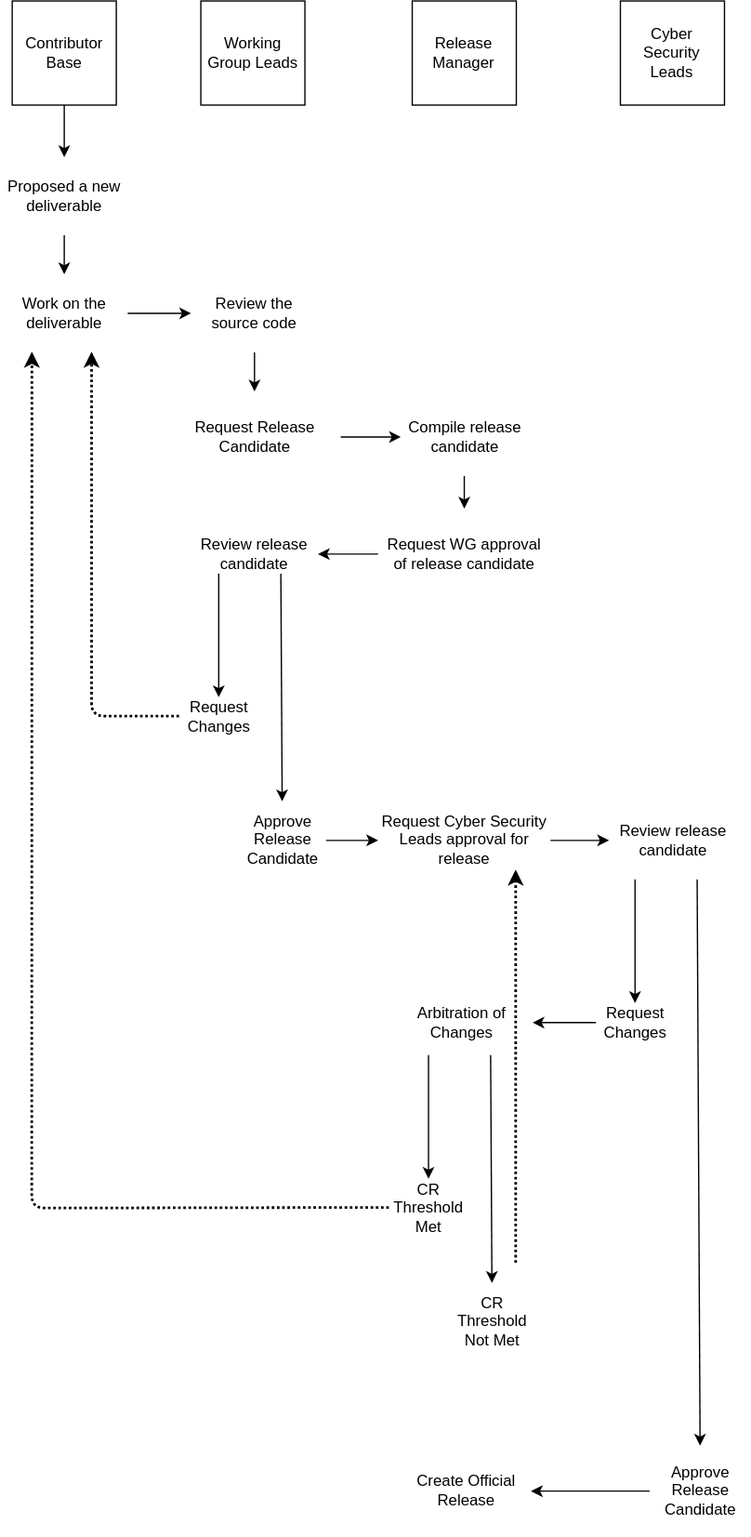
Before: docs/community-guidelines/releases/imgs/release-process.drawio.svg, a diagram exported from draw.io (finos/common-cloud-controls). Source tidied: cells renumbered, new cells last; positions are measured from the earlier drawing's top-left corner, leaving out a move shared by most shapes. Source of this version:
```xml
<mxGraphModel>
  <root>
    <mxCell id="0" />
    <mxCell id="1" parent="0" />
    <mxCell id="2" style="edgeStyle=none;html=1;" parent="1" edge="1" source="3" target="5">
      <mxGeometry relative="1" as="geometry" />
    </mxCell>
    <mxCell id="3" value="Contributor Base" style="whiteSpace=wrap;html=1;" parent="1" vertex="1">
      <mxGeometry x="8.8" width="80" height="80" as="geometry" />
    </mxCell>
    <mxCell id="4" style="edgeStyle=none;html=1;" parent="1" edge="1" source="5" target="7">
      <mxGeometry relative="1" as="geometry" />
    </mxCell>
    <mxCell id="5" value="Proposed a new deliverable" style="text;html=1;strokeColor=none;fillColor=none;align=center;verticalAlign=middle;whiteSpace=wrap;rounded=0;" parent="1" vertex="1">
      <mxGeometry y="120" width="97.5" height="60" as="geometry" />
    </mxCell>
    <mxCell id="6" style="edgeStyle=none;html=1;" parent="1" edge="1" source="7" target="15">
      <mxGeometry relative="1" as="geometry" />
    </mxCell>
    <mxCell id="7" value="Work on the deliverable" style="text;html=1;strokeColor=none;fillColor=none;align=center;verticalAlign=middle;whiteSpace=wrap;rounded=0;" parent="1" vertex="1">
      <mxGeometry y="210" width="97.5" height="60" as="geometry" />
    </mxCell>
    <mxCell id="8" style="edgeStyle=none;html=1;" parent="1" edge="1" source="9" target="13">
      <mxGeometry relative="1" as="geometry" />
    </mxCell>
    <mxCell id="9" value="Request Release Candidate" style="text;html=1;strokeColor=none;fillColor=none;align=center;verticalAlign=middle;whiteSpace=wrap;rounded=0;" parent="1" vertex="1">
      <mxGeometry x="128.8" y="300" width="132.5" height="70" as="geometry" />
    </mxCell>
    <mxCell id="10" value="Working Group Leads" style="whiteSpace=wrap;html=1;" parent="1" vertex="1">
      <mxGeometry x="153.8" width="80" height="80" as="geometry" />
    </mxCell>
    <mxCell id="11" value="Release Manager" style="whiteSpace=wrap;html=1;" parent="1" vertex="1">
      <mxGeometry x="316.2" width="80" height="80" as="geometry" />
    </mxCell>
    <mxCell id="12" style="edgeStyle=none;html=1;" parent="1" edge="1" source="13" target="17">
      <mxGeometry relative="1" as="geometry" />
    </mxCell>
    <mxCell id="13" value="Compile release candidate" style="text;html=1;strokeColor=none;fillColor=none;align=center;verticalAlign=middle;whiteSpace=wrap;rounded=0;" parent="1" vertex="1">
      <mxGeometry x="307.5" y="305" width="97.5" height="60" as="geometry" />
    </mxCell>
    <mxCell id="14" style="edgeStyle=none;html=1;" parent="1" edge="1" source="15" target="9">
      <mxGeometry relative="1" as="geometry" />
    </mxCell>
    <mxCell id="15" value="Review the source code" style="text;html=1;strokeColor=none;fillColor=none;align=center;verticalAlign=middle;whiteSpace=wrap;rounded=0;" parent="1" vertex="1">
      <mxGeometry x="146.2" y="210" width="97.5" height="60" as="geometry" />
    </mxCell>
    <mxCell id="16" style="edgeStyle=none;html=1;" parent="1" edge="1" source="17" target="19">
      <mxGeometry relative="1" as="geometry" />
    </mxCell>
    <mxCell id="17" value="Request WG approval of release candidate" style="text;html=1;strokeColor=none;fillColor=none;align=center;verticalAlign=middle;whiteSpace=wrap;rounded=0;" parent="1" vertex="1">
      <mxGeometry x="290" y="390" width="132.5" height="70" as="geometry" />
    </mxCell>
    <mxCell id="18" style="edgeStyle=none;html=1;dashed=1;dashPattern=1 1;strokeWidth=2;startArrow=none;startFill=0;exitX=0;exitY=0.5;exitDx=0;exitDy=0;" parent="1" edge="1" source="34">
      <mxGeometry relative="1" as="geometry">
        <mxPoint x="70.2" y="270" as="targetPoint" />
        <Array as="points">
          <mxPoint x="70.2" y="550" />
        </Array>
      </mxGeometry>
    </mxCell>
    <mxCell id="19" value="Review release candidate" style="text;html=1;strokeColor=none;fillColor=none;align=center;verticalAlign=middle;whiteSpace=wrap;rounded=0;" parent="1" vertex="1">
      <mxGeometry x="146.2" y="395" width="97.5" height="60" as="geometry" />
    </mxCell>
    <mxCell id="20" style="edgeStyle=none;html=1;strokeWidth=1;startArrow=none;startFill=0;exitX=1;exitY=0.5;exitDx=0;exitDy=0;" parent="1" edge="1" source="35" target="22">
      <mxGeometry relative="1" as="geometry" />
    </mxCell>
    <mxCell id="21" style="edgeStyle=none;html=1;strokeWidth=1;startArrow=none;startFill=0;" parent="1" edge="1" source="22" target="25">
      <mxGeometry relative="1" as="geometry" />
    </mxCell>
    <mxCell id="22" value="Request Cyber Security Leads approval for release" style="text;html=1;strokeColor=none;fillColor=none;align=center;verticalAlign=middle;whiteSpace=wrap;rounded=0;" parent="1" vertex="1">
      <mxGeometry x="290" y="610" width="132.5" height="70" as="geometry" />
    </mxCell>
    <mxCell id="23" value="Cyber Security Leads" style="whiteSpace=wrap;html=1;" parent="1" vertex="1">
      <mxGeometry x="476.2" width="80" height="80" as="geometry" />
    </mxCell>
    <mxCell id="24" style="edgeStyle=none;html=1;strokeWidth=1;startArrow=none;startFill=0;entryX=0.5;entryY=0;entryDx=0;entryDy=0;" parent="1" edge="1" target="31">
      <mxGeometry relative="1" as="geometry">
        <mxPoint x="535.2" y="675" as="sourcePoint" />
      </mxGeometry>
    </mxCell>
    <mxCell id="25" value="Review release candidate" style="text;html=1;strokeColor=none;fillColor=none;align=center;verticalAlign=middle;whiteSpace=wrap;rounded=0;" parent="1" vertex="1">
      <mxGeometry x="467.5" y="615" width="97.5" height="60" as="geometry" />
    </mxCell>
    <mxCell id="26" style="edgeStyle=none;html=1;strokeWidth=1;startArrow=none;startFill=0;entryX=0.5;entryY=0;entryDx=0;entryDy=0;" parent="1" edge="1" target="29">
      <mxGeometry relative="1" as="geometry">
        <mxPoint x="487.5" y="675" as="sourcePoint" />
      </mxGeometry>
    </mxCell>
    <mxCell id="27" style="edgeStyle=none;html=1;entryX=0.25;entryY=1;entryDx=0;entryDy=0;strokeWidth=2;startArrow=none;startFill=0;dashed=1;dashPattern=1 1;exitX=0;exitY=0.5;exitDx=0;exitDy=0;" parent="1" edge="1" source="39" target="7">
      <mxGeometry relative="1" as="geometry">
        <Array as="points">
          <mxPoint x="24.2" y="928" />
        </Array>
      </mxGeometry>
    </mxCell>
    <mxCell id="28" style="edgeStyle=none;html=1;strokeWidth=1;startArrow=none;startFill=0;" parent="1" edge="1" source="29" target="36">
      <mxGeometry relative="1" as="geometry" />
    </mxCell>
    <mxCell id="29" value="Request Changes" style="text;html=1;strokeColor=none;fillColor=none;align=center;verticalAlign=middle;whiteSpace=wrap;rounded=0;" parent="1" vertex="1">
      <mxGeometry x="457.5" y="770" width="60" height="30" as="geometry" />
    </mxCell>
    <mxCell id="30" style="edgeStyle=none;html=1;strokeWidth=1;startArrow=none;startFill=0;" parent="1" edge="1" source="31" target="42">
      <mxGeometry relative="1" as="geometry" />
    </mxCell>
    <mxCell id="31" value="Approve Release Candidate" style="text;html=1;strokeColor=none;fillColor=none;align=center;verticalAlign=middle;whiteSpace=wrap;rounded=0;" parent="1" vertex="1">
      <mxGeometry x="498.8" y="1110" width="77.5" height="70" as="geometry" />
    </mxCell>
    <mxCell id="32" style="edgeStyle=none;html=1;strokeWidth=1;startArrow=none;startFill=0;entryX=0.5;entryY=0;entryDx=0;entryDy=0;" parent="1" edge="1" target="35">
      <mxGeometry relative="1" as="geometry">
        <mxPoint x="215.2" y="440" as="sourcePoint" />
      </mxGeometry>
    </mxCell>
    <mxCell id="33" style="edgeStyle=none;html=1;strokeWidth=1;startArrow=none;startFill=0;entryX=0.5;entryY=0;entryDx=0;entryDy=0;" parent="1" edge="1" target="34">
      <mxGeometry relative="1" as="geometry">
        <mxPoint x="167.5" y="440" as="sourcePoint" />
      </mxGeometry>
    </mxCell>
    <mxCell id="34" value="Request Changes" style="text;html=1;strokeColor=none;fillColor=none;align=center;verticalAlign=middle;whiteSpace=wrap;rounded=0;" parent="1" vertex="1">
      <mxGeometry x="137.5" y="535" width="60" height="30" as="geometry" />
    </mxCell>
    <mxCell id="35" value="Approve Release Candidate" style="text;html=1;strokeColor=none;fillColor=none;align=center;verticalAlign=middle;whiteSpace=wrap;rounded=0;" parent="1" vertex="1">
      <mxGeometry x="182.5" y="615" width="67.5" height="60" as="geometry" />
    </mxCell>
    <mxCell id="36" value="Arbitration of Changes" style="text;html=1;strokeColor=none;fillColor=none;align=center;verticalAlign=middle;whiteSpace=wrap;rounded=0;" parent="1" vertex="1">
      <mxGeometry x="300" y="760" width="108.8" height="50" as="geometry" />
    </mxCell>
    <mxCell id="37" style="edgeStyle=none;html=1;strokeWidth=1;startArrow=none;startFill=0;entryX=0.5;entryY=0;entryDx=0;entryDy=0;" parent="1" edge="1" target="41">
      <mxGeometry relative="1" as="geometry">
        <mxPoint x="376.5" y="810" as="sourcePoint" />
      </mxGeometry>
    </mxCell>
    <mxCell id="38" style="edgeStyle=none;html=1;strokeWidth=1;startArrow=none;startFill=0;entryX=0.5;entryY=0;entryDx=0;entryDy=0;" parent="1" edge="1" target="39">
      <mxGeometry relative="1" as="geometry">
        <mxPoint x="328.8" y="810" as="sourcePoint" />
      </mxGeometry>
    </mxCell>
    <mxCell id="39" value="CR Threshold Met" style="text;html=1;strokeColor=none;fillColor=none;align=center;verticalAlign=middle;whiteSpace=wrap;rounded=0;" parent="1" vertex="1">
      <mxGeometry x="298.8" y="905" width="60" height="45" as="geometry" />
    </mxCell>
    <mxCell id="40" style="edgeStyle=none;html=1;strokeWidth=2;startArrow=none;startFill=0;dashed=1;dashPattern=1 1;" parent="1" edge="1">
      <mxGeometry relative="1" as="geometry">
        <mxPoint x="396.2" y="970" as="sourcePoint" />
        <mxPoint x="396.2" y="668" as="targetPoint" />
      </mxGeometry>
    </mxCell>
    <mxCell id="41" value="CR Threshold Not Met" style="text;html=1;strokeColor=none;fillColor=none;align=center;verticalAlign=middle;whiteSpace=wrap;rounded=0;" parent="1" vertex="1">
      <mxGeometry x="343.8" y="985" width="67.5" height="60" as="geometry" />
    </mxCell>
    <mxCell id="42" value="Create Official Release" style="text;html=1;strokeColor=none;fillColor=none;align=center;verticalAlign=middle;whiteSpace=wrap;rounded=0;" parent="1" vertex="1">
      <mxGeometry x="307.5" y="1110" width="100" height="70" as="geometry" />
    </mxCell>
  </root>
</mxGraphModel>
```
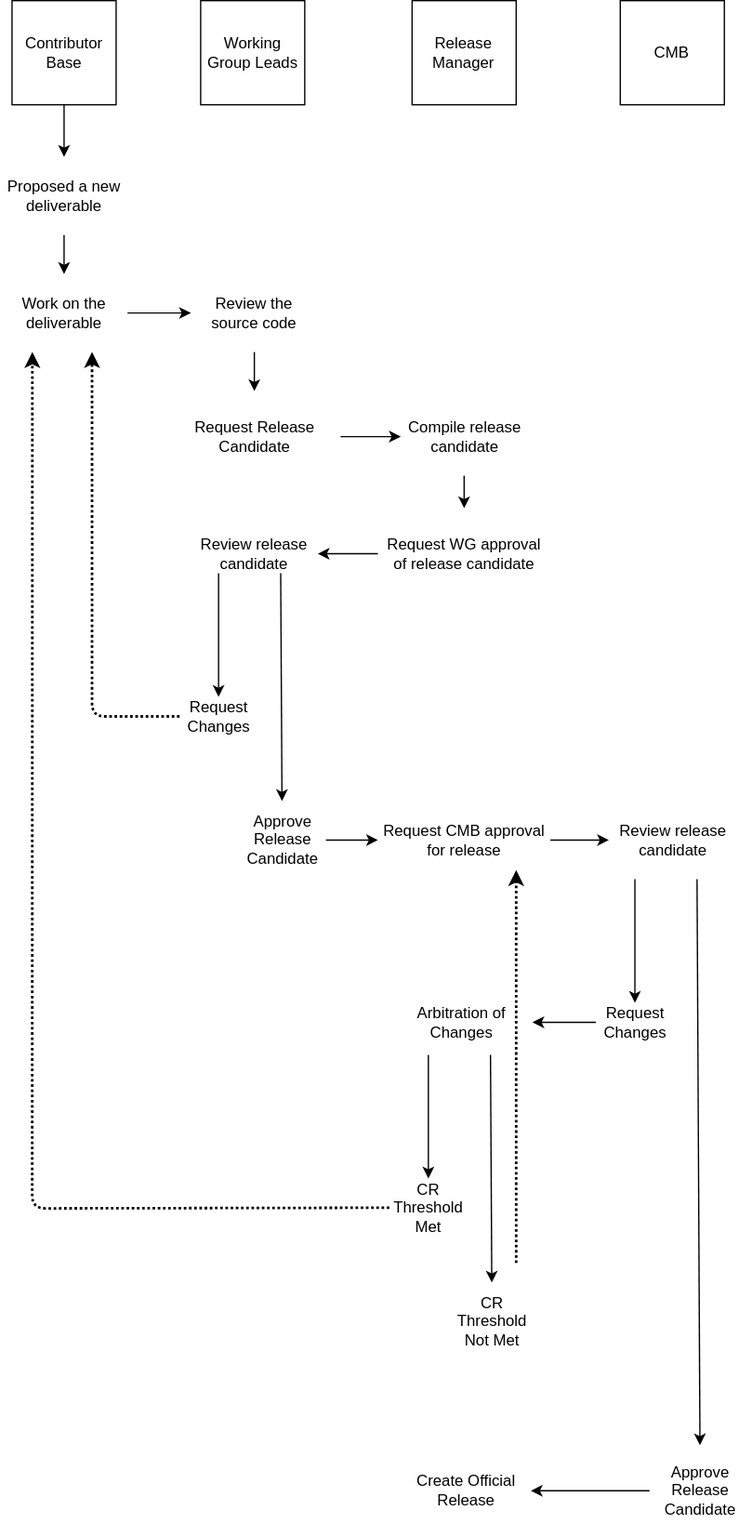
The same file after the commit.

Commit message:
docs: scope PR to decision-making/roles; defer release governance

What changed in the source:
```diff
@@ -67,10 +67,10 @@
     <mxCell id="21" style="edgeStyle=none;html=1;strokeWidth=1;startArrow=none;startFill=0;" parent="1" edge="1" source="22" target="25">
       <mxGeometry relative="1" as="geometry" />
     </mxCell>
-    <mxCell id="22" value="Request Cyber Security Leads approval for release" style="text;html=1;strokeColor=none;fillColor=none;align=center;verticalAlign=middle;whiteSpace=wrap;rounded=0;" parent="1" vertex="1">
+    <mxCell id="22" value="Request CMB approval for release" style="text;html=1;strokeColor=none;fillColor=none;align=center;verticalAlign=middle;whiteSpace=wrap;rounded=0;" parent="1" vertex="1">
       <mxGeometry x="290" y="610" width="132.5" height="70" as="geometry" />
     </mxCell>
-    <mxCell id="23" value="Cyber Security Leads" style="whiteSpace=wrap;html=1;" parent="1" vertex="1">
+    <mxCell id="23" value="CMB" style="whiteSpace=wrap;html=1;" parent="1" vertex="1">
       <mxGeometry x="476.2" width="80" height="80" as="geometry" />
     </mxCell>
     <mxCell id="24" style="edgeStyle=none;html=1;strokeWidth=1;startArrow=none;startFill=0;entryX=0.5;entryY=0;entryDx=0;entryDy=0;" parent="1" edge="1" target="31">
```
